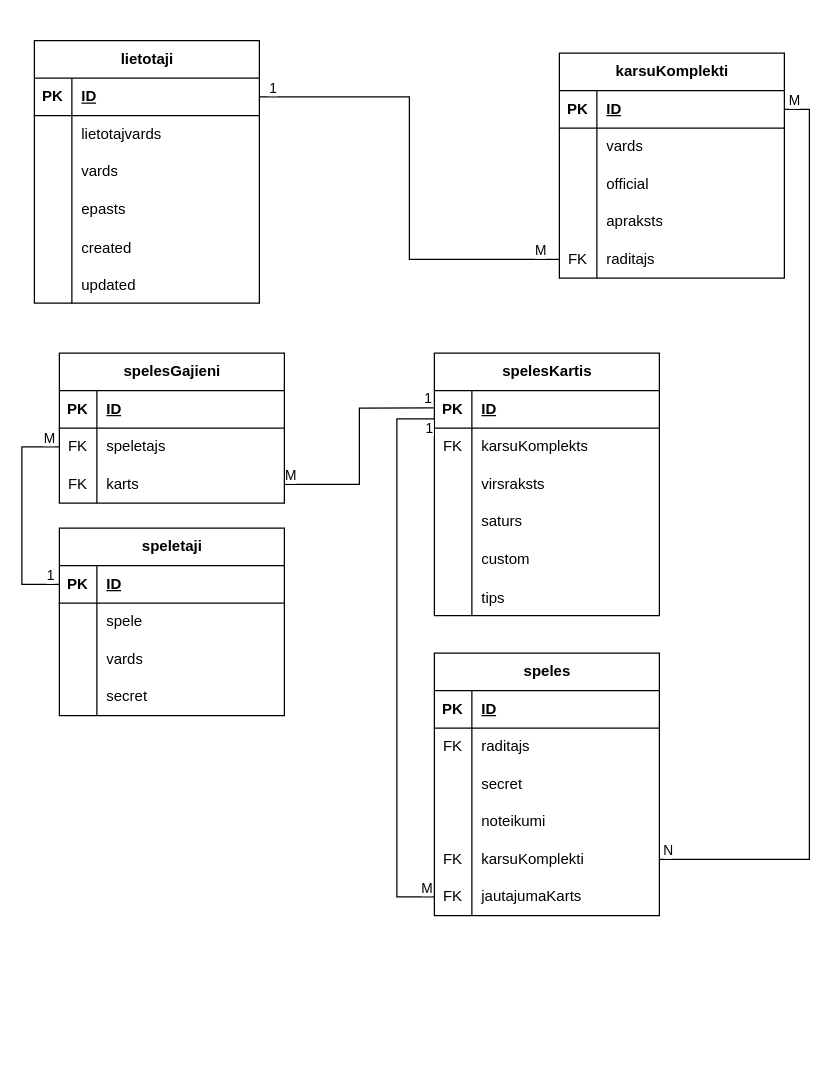
Before: dokumentacija/Tabulu saistes.drawio in Edgars-P/RVT-Projekts-CardGame, a draw.io diagram. Source tidied: cells renumbered, new cells numbered last; positions are measured from the earlier drawing's top-left corner, leaving out a move shared by most shapes. Both pictures are drawn from the tidied source at 125%, with x=0, y=0 at pixel (21, 40).
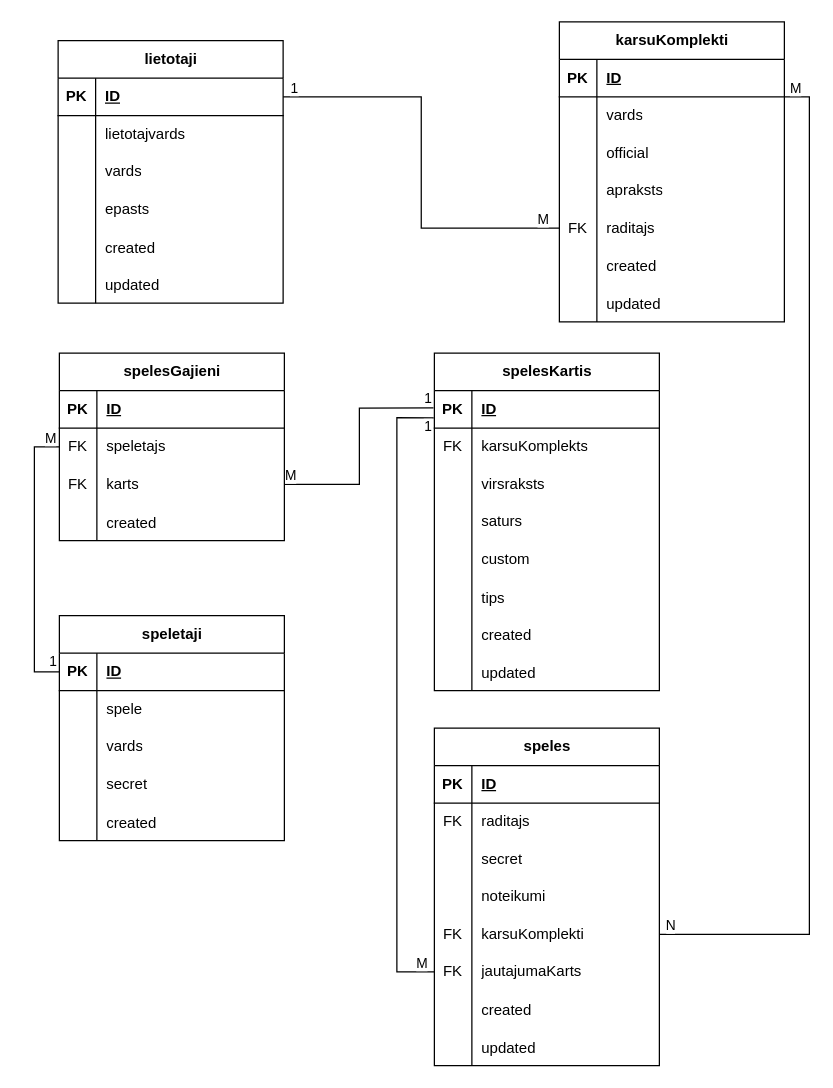
Above is the later version.

The change refers to these unchanged cells:
```xml
<mxCell id="44" style="shape=tableRow;horizontal=0;startSize=0;swimlaneHead=0;swimlaneBody=0;fillColor=none;points=[[0,0.5],[1,0.5]];portConstraint=eastwest;top=0;left=0;right=0;bottom=0;" parent="40" vertex="1">
  <mxGeometry y="60" width="180" height="30" as="geometry" />
</mxCell>
<mxCell id="51" style="shape=tableRow;horizontal=0;startSize=0;swimlaneHead=0;swimlaneBody=0;fillColor=none;points=[[0,0.5],[1,0.5]];portConstraint=eastwest;top=0;left=0;right=0;bottom=1;" parent="50" vertex="1">
  <mxGeometry y="30" width="180" height="30" as="geometry" />
</mxCell>
<mxCell id="67" style="shape=tableRow;horizontal=0;startSize=0;swimlaneHead=0;swimlaneBody=0;fillColor=none;points=[[0,0.5],[1,0.5]];portConstraint=eastwest;top=0;left=0;right=0;bottom=1;" parent="66" vertex="1">
  <mxGeometry y="30" width="180" height="30" as="geometry" />
</mxCell>
<mxCell id="104" style="shape=tableRow;horizontal=0;startSize=0;swimlaneHead=0;swimlaneBody=0;fillColor=none;points=[[0,0.5],[1,0.5]];portConstraint=eastwest;top=0;left=0;right=0;bottom=0;" parent="88" vertex="1">
  <mxGeometry y="180" width="180" height="30" as="geometry" />
</mxCell>
```

The edit, as a diff of the source:
```diff
@@
     <mxCell id="2" value="lietotaji" style="shape=table;startSize=30;childLayout=tableLayout;rowLines=0;fontStyle=1;align=center;html=1;" parent="1" vertex="1">
-      <mxGeometry x="10" width="180" height="210" as="geometry" />
+      <mxGeometry x="29" width="180" height="210" as="geometry" />
     </mxCell>
@@
     <mxCell id="21" value="karsuKomplekti" style="shape=table;startSize=30;childLayout=tableLayout;rowLines=0;fontStyle=1;align=center;html=1;" parent="1" vertex="1">
-      <mxGeometry x="430" y="10" width="180" height="180" as="geometry" />
+      <mxGeometry x="430" y="-15" width="180" height="240" as="geometry" />
     </mxCell>
@@
+    <mxCell id="113" style="shape=tableRow;horizontal=0;startSize=0;swimlaneHead=0;swimlaneBody=0;fillColor=none;top=0;left=0;right=0;bottom=0;" parent="21" vertex="1">
+      <mxGeometry y="180" width="180" height="30" as="geometry" />
+    </mxCell>
+    <mxCell id="114" style="shape=partialRectangle;fillColor=none;top=0;left=0;bottom=0;right=0;overflow=hidden;" parent="113" vertex="1">
+      <mxGeometry width="30" height="30" as="geometry" />
+    </mxCell>
+    <mxCell id="115" value="created" style="shape=partialRectangle;fillColor=none;top=0;left=0;bottom=0;right=0;align=left;spacingLeft=6;overflow=hidden;" parent="113" vertex="1">
+      <mxGeometry x="30" width="150" height="30" as="geometry" />
+    </mxCell>
+    <mxCell id="116" style="shape=tableRow;horizontal=0;startSize=0;swimlaneHead=0;swimlaneBody=0;fillColor=none;top=0;left=0;right=0;bottom=0;" parent="21" vertex="1">
+      <mxGeometry y="210" width="180" height="30" as="geometry" />
+    </mxCell>
+    <mxCell id="117" style="shape=partialRectangle;fillColor=none;top=0;left=0;bottom=0;right=0;overflow=hidden;" parent="116" vertex="1">
+      <mxGeometry width="30" height="30" as="geometry" />
+    </mxCell>
+    <mxCell id="118" value="updated" style="shape=partialRectangle;fillColor=none;top=0;left=0;bottom=0;right=0;align=left;spacingLeft=6;overflow=hidden;" parent="116" vertex="1">
+      <mxGeometry x="30" width="150" height="30" as="geometry" />
+    </mxCell>
@@
     <mxCell id="40" value="spelesGajieni" style="shape=table;startSize=30;childLayout=tableLayout;rowLines=0;fontStyle=1;align=center;html=1;" parent="1" vertex="1">
-      <mxGeometry x="30" y="250" width="180" height="120" as="geometry" />
+      <mxGeometry x="30" y="250" width="180" height="150" as="geometry" />
     </mxCell>
@@
+    <mxCell id="119" style="shape=tableRow;horizontal=0;startSize=0;swimlaneHead=0;swimlaneBody=0;fillColor=none;top=0;left=0;right=0;bottom=0;" parent="40" vertex="1">
+      <mxGeometry y="120" width="180" height="30" as="geometry" />
+    </mxCell>
+    <mxCell id="120" style="shape=partialRectangle;fillColor=none;top=0;left=0;bottom=0;right=0;overflow=hidden;" parent="119" vertex="1">
+      <mxGeometry width="30" height="30" as="geometry" />
+    </mxCell>
+    <mxCell id="121" value="created" style="shape=partialRectangle;fillColor=none;top=0;left=0;bottom=0;right=0;align=left;spacingLeft=6;overflow=hidden;" parent="119" vertex="1">
+      <mxGeometry x="30" width="150" height="30" as="geometry" />
+    </mxCell>
     <mxCell id="50" value="speletaji" style="shape=table;startSize=30;childLayout=tableLayout;rowLines=0;fontStyle=1;align=center;html=1;" parent="1" vertex="1">
-      <mxGeometry x="30" y="390" width="180" height="150" as="geometry" />
+      <mxGeometry x="30" y="460" width="180" height="180" as="geometry" />
     </mxCell>
@@
+    <mxCell id="122" style="shape=tableRow;horizontal=0;startSize=0;swimlaneHead=0;swimlaneBody=0;fillColor=none;top=0;left=0;right=0;bottom=0;" parent="50" vertex="1">
+      <mxGeometry y="150" width="180" height="30" as="geometry" />
+    </mxCell>
+    <mxCell id="123" style="shape=partialRectangle;fillColor=none;top=0;left=0;bottom=0;right=0;overflow=hidden;" parent="122" vertex="1">
+      <mxGeometry width="30" height="30" as="geometry" />
+    </mxCell>
+    <mxCell id="124" value="created" style="shape=partialRectangle;fillColor=none;top=0;left=0;bottom=0;right=0;align=left;spacingLeft=6;overflow=hidden;" parent="122" vertex="1">
+      <mxGeometry x="30" width="150" height="30" as="geometry" />
+    </mxCell>
     <mxCell id="63" style="edgeStyle=orthogonalEdgeStyle;rounded=0;jettySize=auto;html=1;entryX=0;entryY=0.5;entryDx=0;entryDy=0;endArrow=none;endFill=0;" parent="1" edge="1" source="44" target="51">
       <mxGeometry relative="1" as="geometry">
         <Array as="points">
-          <mxPoint y="325" />
-          <mxPoint y="435" />
+          <mxPoint x="10" y="325" />
+          <mxPoint x="10" y="505" />
         </Array>
       </mxGeometry>
     </mxCell>
     <mxCell id="64" value="M" style="edgeLabel;html=1;align=center;verticalAlign=middle;" parent="63" vertex="1">
       <mxGeometry x="-0.92" relative="1" as="geometry">
-        <mxPoint x="-2" y="-8" as="offset" />
+        <mxPoint x="1" y="-8" as="offset" />
       </mxGeometry>
     </mxCell>
     <mxCell id="65" value="1" style="edgeLabel;html=1;align=center;verticalAlign=middle;" parent="63" vertex="1">
       <mxGeometry x="0.81" relative="1" as="geometry">
-        <mxPoint x="8" y="-8" as="offset" />
+        <mxPoint x="14" y="-8" as="offset" />
       </mxGeometry>
     </mxCell>
     <mxCell id="66" value="spelesKartis" style="shape=table;startSize=30;childLayout=tableLayout;rowLines=0;fontStyle=1;align=center;html=1;" parent="1" vertex="1">
-      <mxGeometry x="330" y="250" width="180" height="210" as="geometry" />
+      <mxGeometry x="330" y="250" width="180" height="270" as="geometry" />
     </mxCell>
@@
+    <mxCell id="125" style="shape=tableRow;horizontal=0;startSize=0;swimlaneHead=0;swimlaneBody=0;fillColor=none;top=0;left=0;right=0;bottom=0;" parent="66" vertex="1">
+      <mxGeometry y="210" width="180" height="30" as="geometry" />
+    </mxCell>
+    <mxCell id="126" style="shape=partialRectangle;fillColor=none;top=0;left=0;bottom=0;right=0;overflow=hidden;" parent="125" vertex="1">
+      <mxGeometry width="30" height="30" as="geometry" />
+    </mxCell>
+    <mxCell id="127" value="created" style="shape=partialRectangle;fillColor=none;top=0;left=0;bottom=0;right=0;align=left;spacingLeft=6;overflow=hidden;" parent="125" vertex="1">
+      <mxGeometry x="30" width="150" height="30" as="geometry" />
+    </mxCell>
+    <mxCell id="128" style="shape=tableRow;horizontal=0;startSize=0;swimlaneHead=0;swimlaneBody=0;fillColor=none;top=0;left=0;right=0;bottom=0;" parent="66" vertex="1">
+      <mxGeometry y="240" width="180" height="30" as="geometry" />
+    </mxCell>
+    <mxCell id="129" style="shape=partialRectangle;fillColor=none;top=0;left=0;bottom=0;right=0;overflow=hidden;" parent="128" vertex="1">
+      <mxGeometry width="30" height="30" as="geometry" />
+    </mxCell>
+    <mxCell id="130" value="updated" style="shape=partialRectangle;fillColor=none;top=0;left=0;bottom=0;right=0;align=left;spacingLeft=6;overflow=hidden;" parent="128" vertex="1">
+      <mxGeometry x="30" width="150" height="30" as="geometry" />
+    </mxCell>
@@
     <mxCell id="88" value="speles" style="shape=table;startSize=30;childLayout=tableLayout;rowLines=0;fontStyle=1;align=center;html=1;" parent="1" vertex="1">
-      <mxGeometry x="330" y="490" width="180" height="210" as="geometry" />
+      <mxGeometry x="330" y="550" width="180" height="270" as="geometry" />
     </mxCell>
@@
+    <mxCell id="131" style="shape=tableRow;horizontal=0;startSize=0;swimlaneHead=0;swimlaneBody=0;fillColor=none;top=0;left=0;right=0;bottom=0;" parent="88" vertex="1">
+      <mxGeometry y="210" width="180" height="30" as="geometry" />
+    </mxCell>
+    <mxCell id="132" style="shape=partialRectangle;fillColor=none;top=0;left=0;bottom=0;right=0;overflow=hidden;" parent="131" vertex="1">
+      <mxGeometry width="30" height="30" as="geometry" />
+    </mxCell>
+    <mxCell id="133" value="created" style="shape=partialRectangle;fillColor=none;top=0;left=0;bottom=0;right=0;align=left;spacingLeft=6;overflow=hidden;" parent="131" vertex="1">
+      <mxGeometry x="30" width="150" height="30" as="geometry" />
+    </mxCell>
+    <mxCell id="134" style="shape=tableRow;horizontal=0;startSize=0;swimlaneHead=0;swimlaneBody=0;fillColor=none;top=0;left=0;right=0;bottom=0;" parent="88" vertex="1">
+      <mxGeometry y="240" width="180" height="30" as="geometry" />
+    </mxCell>
+    <mxCell id="135" style="shape=partialRectangle;fillColor=none;top=0;left=0;bottom=0;right=0;overflow=hidden;" parent="134" vertex="1">
+      <mxGeometry width="30" height="30" as="geometry" />
+    </mxCell>
+    <mxCell id="136" value="updated" style="shape=partialRectangle;fillColor=none;top=0;left=0;bottom=0;right=0;align=left;spacingLeft=6;overflow=hidden;" parent="134" vertex="1">
+      <mxGeometry x="30" width="150" height="30" as="geometry" />
+    </mxCell>
@@
-    <mxCell id="110" style="edgeStyle=orthogonalEdgeStyle;rounded=0;jettySize=auto;html=1;entryX=0;entryY=0.25;entryDx=0;entryDy=0;endArrow=none;endFill=0;" parent="1" edge="1" source="104" target="66">
+    <mxCell id="110" style="edgeStyle=orthogonalEdgeStyle;rounded=0;jettySize=auto;html=1;entryX=-0.003;entryY=0.724;entryDx=0;entryDy=0;endArrow=none;endFill=0;exitX=0;exitY=0.5;exitDx=0;exitDy=0;entryPerimeter=0;" parent="1" edge="1" source="104" target="67">
       <mxGeometry relative="1" as="geometry">
         <Array as="points">
-          <mxPoint x="300" y="685" />
+          <mxPoint x="300" y="745" />
           <mxPoint x="300" y="302" />
         </Array>
       </mxGeometry>
     </mxCell>
@@
     <mxCell id="112" value="1" style="edgeLabel;html=1;align=center;verticalAlign=middle;" parent="110" vertex="1">
       <mxGeometry x="0.91" relative="1" as="geometry">
-        <mxPoint x="15" y="7" as="offset" />
+        <mxPoint x="18" y="7" as="offset" />
       </mxGeometry>
     </mxCell>
```
